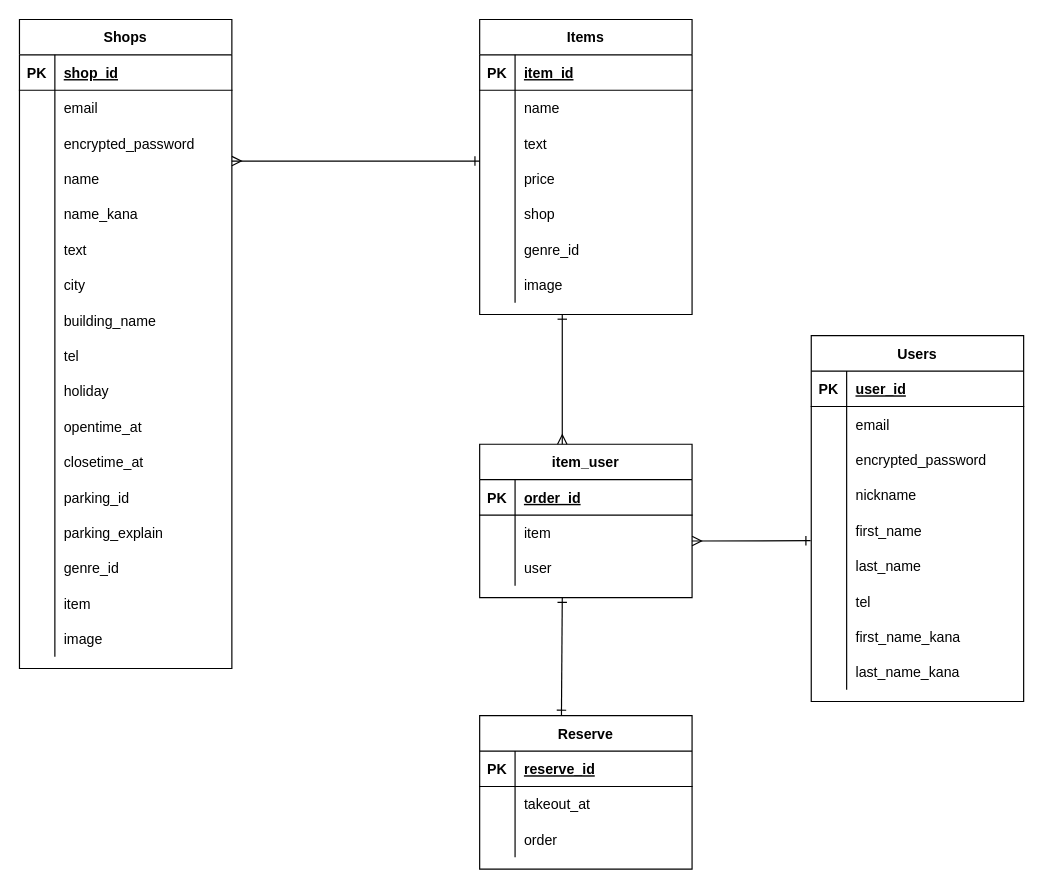
Above: takeouapp.dio in maaaaqqqq/takeoutapp (draw.io), before the change. Source tidied: cells renumbered, new cells numbered last; positions are measured from the earlier drawing's top-left corner, leaving out a move shared by most shapes. Both pictures are drawn from the tidied source at 118%, with x=0, y=0 at pixel (19, 19).
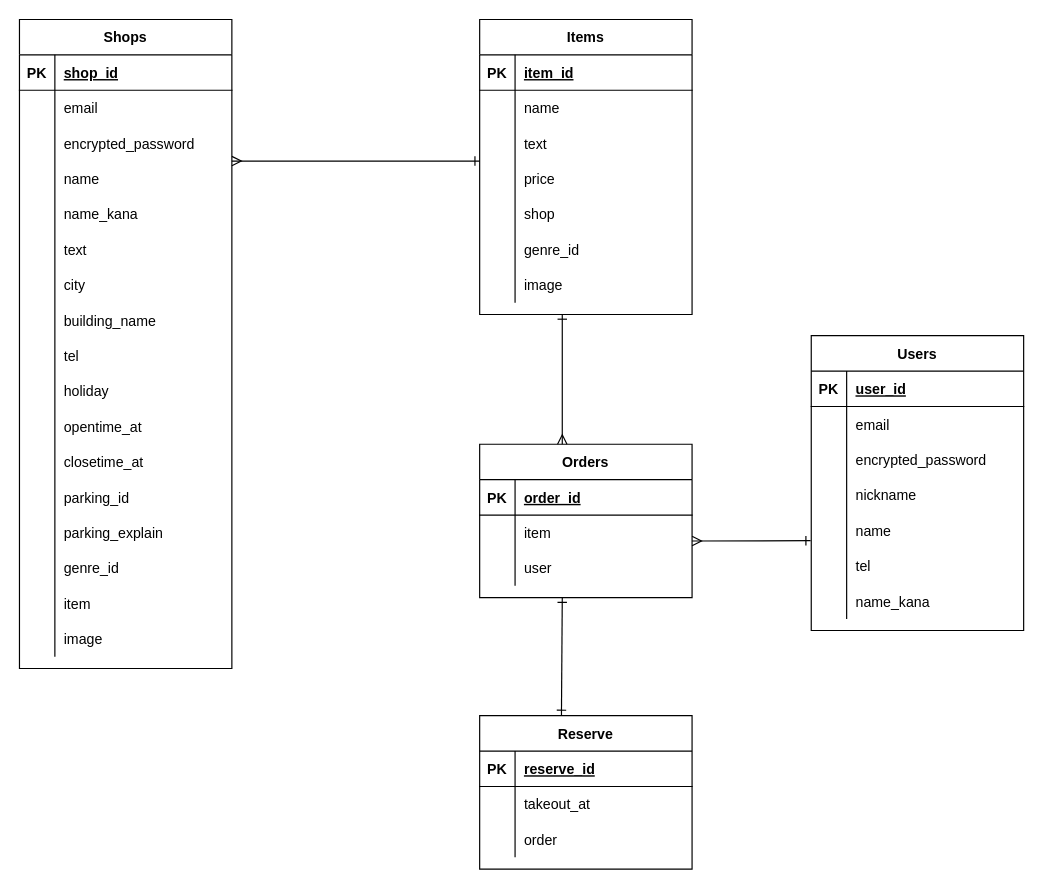
Above is the later version.

Commit message (it also covers changes not shown here):
README,画面遷移図,DB設計図変更

The change refers to these unchanged cells:
```xml
<mxCell id="67" style="shape=partialRectangle;fillColor=none;top=0;left=0;bottom=0;right=0;points=[[0,0.5],[1,0.5]];portConstraint=eastwest;" parent="54" vertex="1">
  <mxGeometry y="150" width="180" height="30" as="geometry" />
</mxCell>
```

The edit, as a diff of the source:
```diff
@@
     <mxCell id="54" value="Users" style="shape=table;startSize=30;childLayout=tableLayout;rowLines=0;fontStyle=1;align=center;" parent="1" vertex="1">
-      <mxGeometry x="671" y="268" width="180" height="310" as="geometry" />
+      <mxGeometry x="671" y="268" width="180" height="249.8" as="geometry" />
     </mxCell>
@@
-    <mxCell id="69" value="first_name" style="shape=partialRectangle;fillColor=none;top=0;left=0;bottom=0;right=0;align=left;spacingLeft=6;overflow=hidden;" parent="67" vertex="1">
+    <mxCell id="69" value="name" style="shape=partialRectangle;fillColor=none;top=0;left=0;bottom=0;right=0;align=left;spacingLeft=6;overflow=hidden;" parent="67" vertex="1">
       <mxGeometry x="30" width="150" height="30" as="geometry" />
     </mxCell>
-    <mxCell id="70" style="shape=partialRectangle;fillColor=none;top=0;left=0;bottom=0;right=0;" parent="54" vertex="1">
-      <mxGeometry y="180" width="180" height="30" as="geometry" />
-    </mxCell>
-    <mxCell id="71" style="shape=partialRectangle;fillColor=none;top=0;left=0;bottom=0;right=0;overflow=hidden;" parent="70" vertex="1">
-      <mxGeometry width="30" height="30" as="geometry" />
-    </mxCell>
-    <mxCell id="72" value="last_name" style="shape=partialRectangle;fillColor=none;top=0;left=0;bottom=0;right=0;align=left;spacingLeft=6;overflow=hidden;" parent="70" vertex="1">
-      <mxGeometry x="30" width="150" height="30" as="geometry" />
-    </mxCell>
     <mxCell id="73" style="shape=partialRectangle;fillColor=none;top=0;left=0;bottom=0;right=0;" parent="54" vertex="1">
-      <mxGeometry y="210" width="180" height="30" as="geometry" />
+      <mxGeometry y="180" width="180" height="30" as="geometry" />
     </mxCell>
@@
     <mxCell id="76" style="shape=partialRectangle;fillColor=none;top=0;left=0;bottom=0;right=0;" parent="54" vertex="1">
-      <mxGeometry y="240" width="180" height="30" as="geometry" />
+      <mxGeometry y="210" width="180" height="30" as="geometry" />
     </mxCell>
@@
-    <mxCell id="78" value="first_name_kana" style="shape=partialRectangle;fillColor=none;top=0;left=0;bottom=0;right=0;align=left;spacingLeft=6;overflow=hidden;" parent="76" vertex="1">
+    <mxCell id="78" value="name_kana" style="shape=partialRectangle;fillColor=none;top=0;left=0;bottom=0;right=0;align=left;spacingLeft=6;overflow=hidden;" parent="76" vertex="1">
       <mxGeometry x="30" width="150" height="30" as="geometry" />
     </mxCell>
-    <mxCell id="79" style="shape=partialRectangle;fillColor=none;top=0;left=0;bottom=0;right=0;" parent="54" vertex="1">
-      <mxGeometry y="270" width="180" height="30" as="geometry" />
-    </mxCell>
-    <mxCell id="80" style="shape=partialRectangle;fillColor=none;top=0;left=0;bottom=0;right=0;overflow=hidden;" parent="79" vertex="1">
-      <mxGeometry width="30" height="30" as="geometry" />
-    </mxCell>
-    <mxCell id="81" value="last_name_kana" style="shape=partialRectangle;fillColor=none;top=0;left=0;bottom=0;right=0;align=left;spacingLeft=6;overflow=hidden;" parent="79" vertex="1">
-      <mxGeometry x="30" width="150" height="30" as="geometry" />
-    </mxCell>
@@
-    <mxCell id="115" value="item_user" style="shape=table;startSize=30;childLayout=tableLayout;rowLines=0;fontStyle=1;align=center;" parent="1" vertex="1">
+    <mxCell id="115" value="Orders" style="shape=table;startSize=30;childLayout=tableLayout;rowLines=0;fontStyle=1;align=center;" parent="1" vertex="1">
       <mxGeometry x="390" y="360" width="180" height="130" as="geometry" />
     </mxCell>
```
